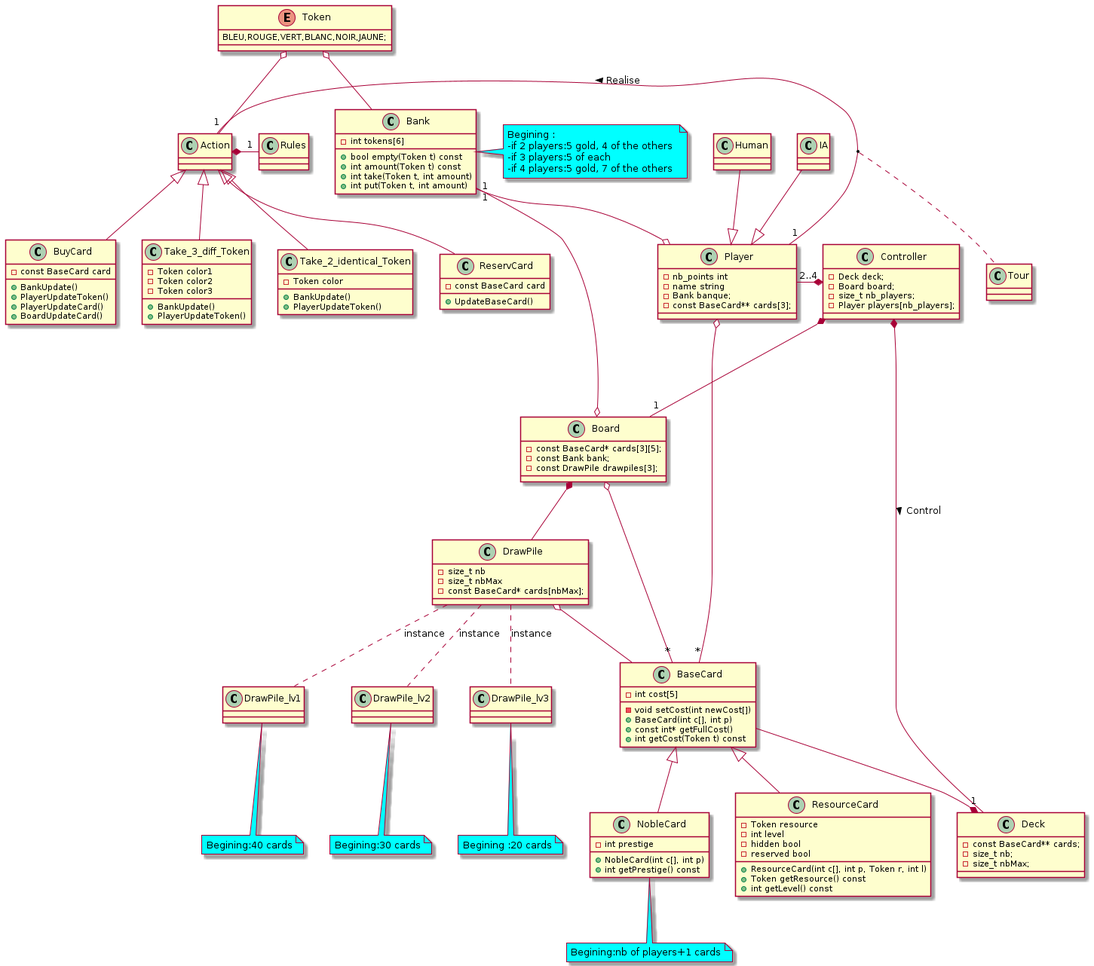
This is uml.png from LeCodex/LO21-Splendor, a PlantUML export, as it was before one commit.
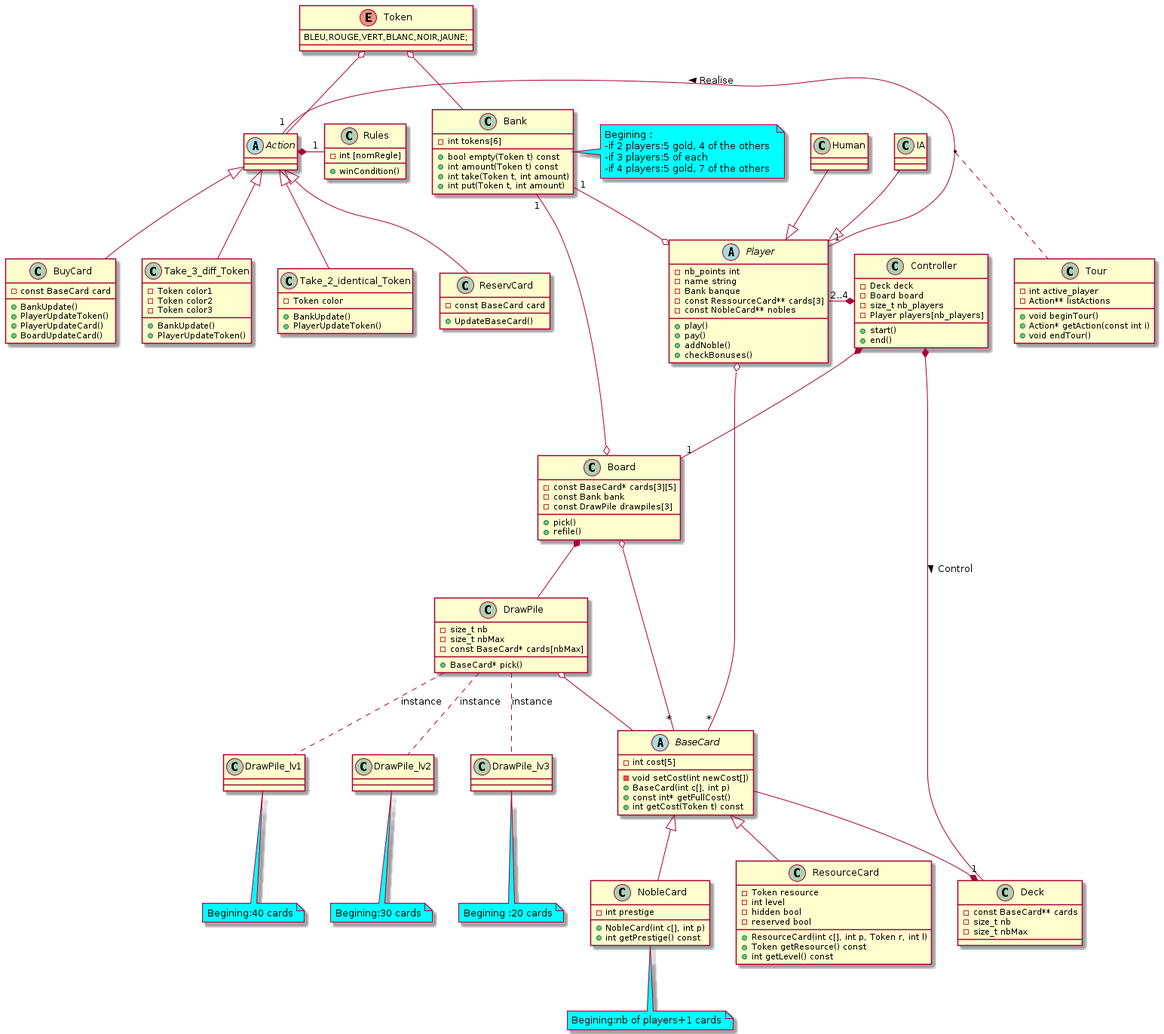
After the commit.

Commit message:
rajout rapport + uml

What changed in the source:
```diff
@@ -1,9 +1,14 @@
 @startuml
-class Player{
+abstract Player{
 -nb_points int
 -name string
--Bank banque;
--const BaseCard** cards[3];
+-Bank banque
+-const RessourceCard** cards[3]
+-const NobleCard** nobles
++play()
++pay()
++addNoble()
++checkBonuses()
 }
 
 enum Token{
@@ -18,7 +23,7 @@
 +int put(Token t, int amount)
 }
 
-class BaseCard{
+abstract BaseCard{
 -int cost[5]
 -void setCost(int newCost[])
 +BaseCard(int c[], int p)
@@ -43,9 +48,15 @@
 }
 
 class Tour{
+-int active_player
+-Action** listActions
++void beginTour()
++Action* getAction(const int i)
++void endTour()
 }
 
-class Action{}
+abstract Action{
+}
 
 class Take_2_identical_Token{
 -Token color
@@ -77,26 +88,36 @@
 class DrawPile{
 -size_t nb
 -size_t nbMax
--const BaseCard* cards[nbMax];
+-const BaseCard* cards[nbMax]
++BaseCard* pick()
 }
 
 class Board{
--const BaseCard* cards[3][5];
--const Bank bank;
--const DrawPile drawpiles[3];
+-const BaseCard* cards[3][5]
+-const Bank bank
+-const DrawPile drawpiles[3]
++pick()
++refile()
 }
 
 class Deck{
--const BaseCard** cards;
--size_t nb;
--size_t nbMax;
+-const BaseCard** cards
+-size_t nb
+-size_t nbMax
 }
 
 class Controller{
--Deck deck;
--Board board;
--size_t nb_players;
--Player players[nb_players];
+-Deck deck
+-Board board
+-size_t nb_players
+-Player players[nb_players]
++start()
++end()
+}
+
+class Rules{
+-int [nomRegle]
++winCondition()
 }
 
 Action "1" - "1" Player : Realise <
```
